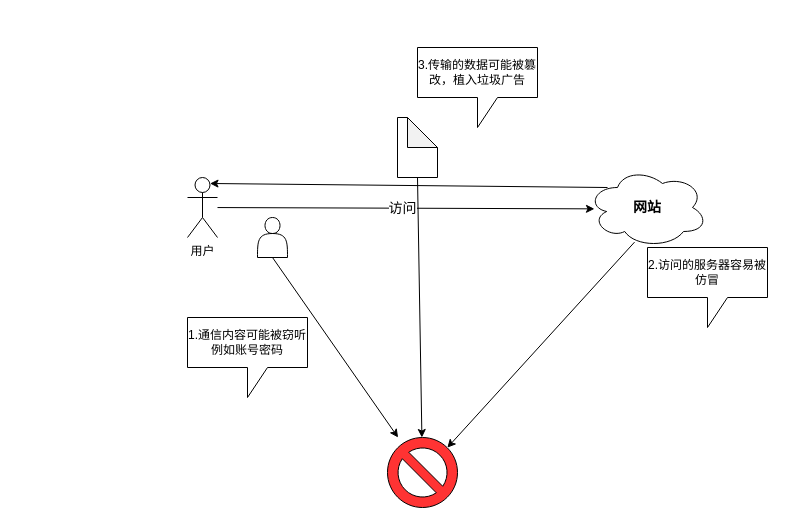
The draw.io diagram HTTP安全问题.drawio in beyondgogogo/Graph, before the edit. Source tidied: cells renumbered, new cells numbered last; positions are measured from the earlier drawing's top-left corner, leaving out a move shared by most shapes. Both pictures are drawn from the tidied source at 100%, with x=0, y=0 at pixel (187, 47).
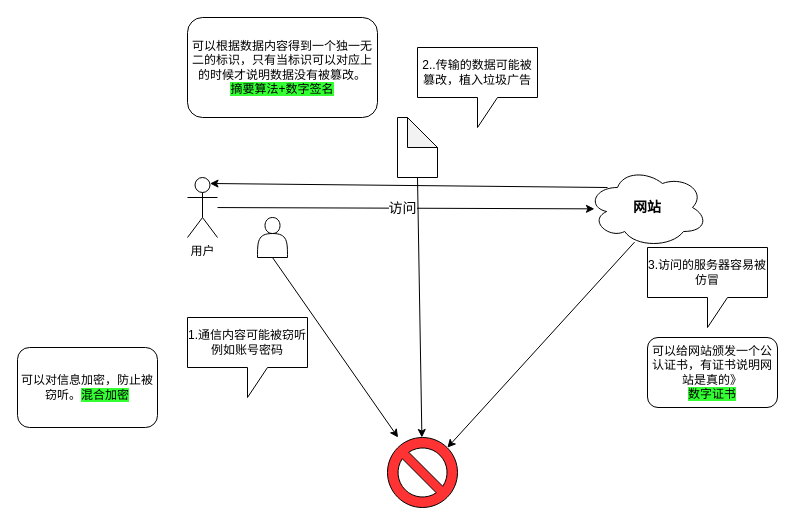
The same page after the edit.

Commit message (it also covers changes not shown here):
更新HTTP安全问题.drawio

What changed in the source:
```diff
@@
 <mxGraphModel>
   <root>
     <mxCell id="0" />
     <mxCell id="1" parent="0" />
     <mxCell id="2" value="用户" style="shape=umlActor;verticalLabelPosition=bottom;verticalAlign=top;html=1;outlineConnect=0;" parent="1" vertex="1">
       <mxGeometry y="130" width="30" height="60" as="geometry" />
     </mxCell>
     <mxCell id="3" value="&lt;font style=&quot;font-size: 14px;&quot;&gt;&lt;b&gt;网站&lt;/b&gt;&lt;/font&gt;" style="ellipse;shape=cloud;whiteSpace=wrap;html=1;" parent="1" vertex="1">
       <mxGeometry x="400" y="120" width="120" height="80" as="geometry" />
     </mxCell>
     <mxCell id="4" style="endArrow=classic;html=1;rounded=0;entryX=0.058;entryY=0.517;entryDx=0;entryDy=0;entryPerimeter=0;" parent="1" edge="1" source="2" target="3">
       <mxGeometry relative="1" as="geometry" />
     </mxCell>
     <mxCell id="5" value="&lt;font style=&quot;font-size: 14px;&quot;&gt;访问&lt;/font&gt;" style="edgeLabel;html=1;align=center;verticalAlign=middle;" parent="4" vertex="1">
       <mxGeometry x="-0.02" relative="1" as="geometry" />
     </mxCell>
     <mxCell id="6" style="verticalLabelPosition=bottom;verticalAlign=top;html=1;shape=mxgraph.basic.no_symbol;fillColor=#FF3333;" parent="1" vertex="1">
       <mxGeometry x="200" y="390" width="70" height="70" as="geometry" />
     </mxCell>
     <mxCell id="7" style="endArrow=classic;html=1;rounded=0;exitX=0.392;exitY=0.933;exitDx=0;exitDy=0;exitPerimeter=0;entryX=0.855;entryY=0.145;entryDx=0;entryDy=0;entryPerimeter=0;" parent="1" edge="1" source="3" target="6">
       <mxGeometry relative="1" as="geometry" />
     </mxCell>
     <mxCell id="8" style="endArrow=classic;html=1;rounded=0;exitX=0.167;exitY=0.25;exitDx=0;exitDy=0;exitPerimeter=0;entryX=0.75;entryY=0.1;entryDx=0;entryDy=0;entryPerimeter=0;" parent="1" edge="1" source="3" target="2">
       <mxGeometry relative="1" as="geometry" />
     </mxCell>
     <mxCell id="9" style="shape=note;whiteSpace=wrap;html=1;backgroundOutline=1;darkOpacity=0.05;" parent="1" vertex="1">
       <mxGeometry x="210" y="70" width="40" height="60" as="geometry" />
     </mxCell>
     <mxCell id="10" style="endArrow=classic;html=1;rounded=0;exitX=0.5;exitY=1;exitDx=0;exitDy=0;exitPerimeter=0;" parent="1" edge="1" source="9" target="6">
       <mxGeometry relative="1" as="geometry" />
     </mxCell>
     <mxCell id="11" style="shape=actor;whiteSpace=wrap;html=1;" parent="1" vertex="1">
       <mxGeometry x="70" y="170" width="30" height="40" as="geometry" />
     </mxCell>
     <mxCell id="12" style="endArrow=classic;html=1;rounded=0;exitX=0.5;exitY=1;exitDx=0;exitDy=0;" parent="1" edge="1" source="11" target="6">
       <mxGeometry relative="1" as="geometry" />
     </mxCell>
     <mxCell id="13" value="1.通信内容可能被窃听&lt;br&gt;例如账号密码" style="shape=callout;whiteSpace=wrap;html=1;perimeter=calloutPerimeter;" parent="1" vertex="1">
       <mxGeometry y="270" width="120" height="80" as="geometry" />
     </mxCell>
-    <mxCell id="14" value="2.访问的服务器容易被仿冒" style="shape=callout;whiteSpace=wrap;html=1;perimeter=calloutPerimeter;" parent="1" vertex="1">
+    <mxCell id="14" value="3.访问的服务器容易被仿冒" style="shape=callout;whiteSpace=wrap;html=1;perimeter=calloutPerimeter;" parent="1" vertex="1">
       <mxGeometry x="460" y="200" width="120" height="80" as="geometry" />
     </mxCell>
-    <mxCell id="15" value="3.传输的数据可能被篡改，植入垃圾广告" style="shape=callout;whiteSpace=wrap;html=1;perimeter=calloutPerimeter;" parent="1" vertex="1">
+    <mxCell id="15" value="2..传输的数据可能被篡改，植入垃圾广告" style="shape=callout;whiteSpace=wrap;html=1;perimeter=calloutPerimeter;" parent="1" vertex="1">
       <mxGeometry x="230" width="120" height="80" as="geometry" />
     </mxCell>
+    <mxCell id="16" value="可以对信息加密，防止被窃听。&lt;span style=&quot;background-color: rgb(51, 255, 51);&quot;&gt;混合加密&lt;/span&gt;" style="rounded=1;whiteSpace=wrap;html=1;" parent="1" vertex="1">
+      <mxGeometry x="-170" y="300" width="140" height="80" as="geometry" />
+    </mxCell>
+    <mxCell id="17" value="可以根据数据内容得到一个独一无二的标识，只有当标识可以对应上的时候才说明数据没有被篡改。&lt;br&gt;&lt;span style=&quot;background-color: rgb(51, 255, 51);&quot;&gt;摘要算法+数字签名&lt;/span&gt;" style="rounded=1;whiteSpace=wrap;html=1;" parent="1" vertex="1">
+      <mxGeometry y="-30" width="190" height="100" as="geometry" />
+    </mxCell>
+    <mxCell id="18" value="可以给网站颁发一个公认证书，有证书说明网站是真的》&lt;br&gt;&lt;span style=&quot;background-color: rgb(51, 255, 51);&quot;&gt;数字证书&lt;/span&gt;" style="rounded=1;whiteSpace=wrap;html=1;" parent="1" vertex="1">
+      <mxGeometry x="460" y="290" width="130" height="70" as="geometry" />
+    </mxCell>
   </root>
 </mxGraphModel>
```
